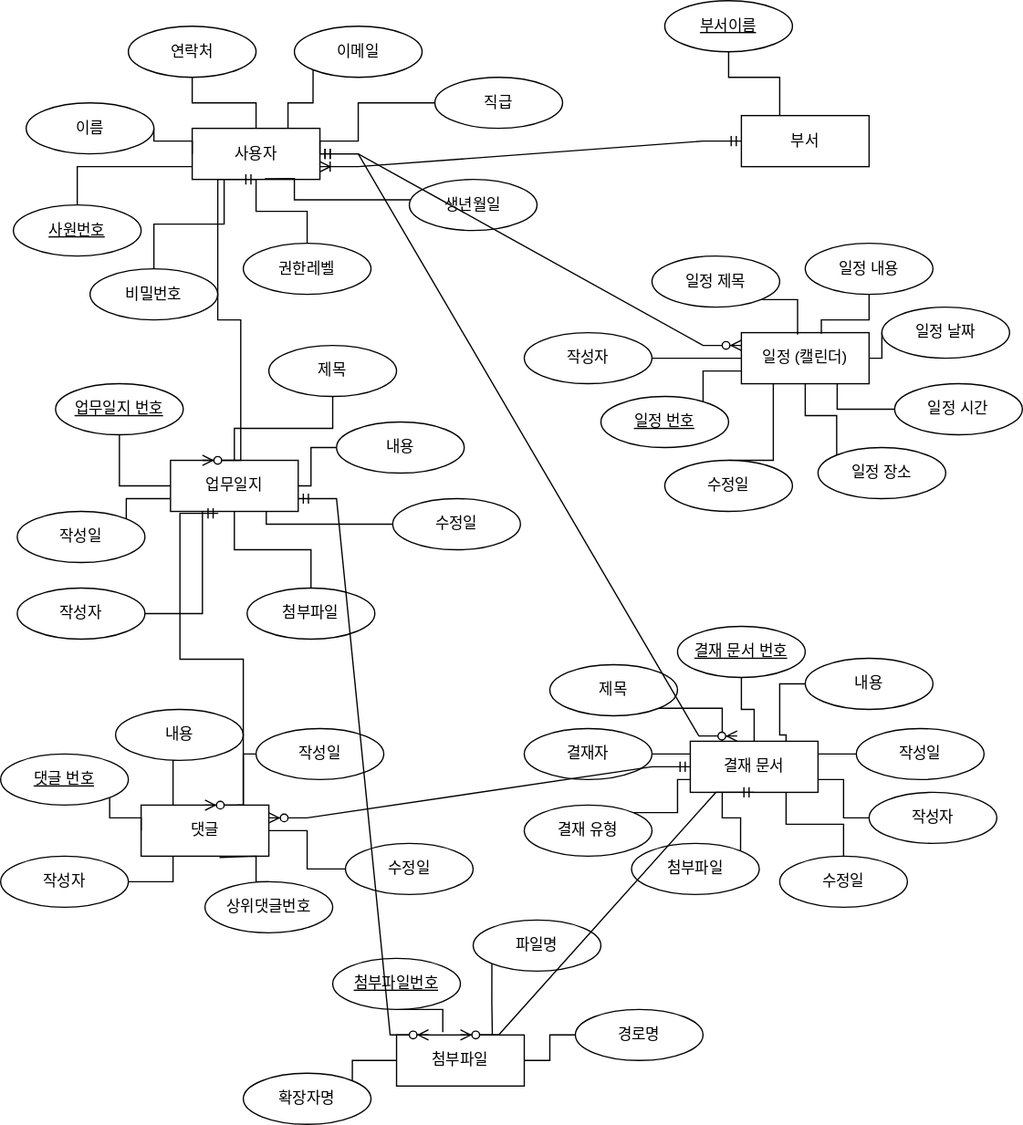
pjiyun123/mmp-groupware-project keeps this draw.io diagram as files/erd-diagram.svg. Above is the earlier version. Source tidied: cells renumbered, new cells last; positions are measured from the earlier drawing's top-left corner, leaving out a move shared by most shapes.
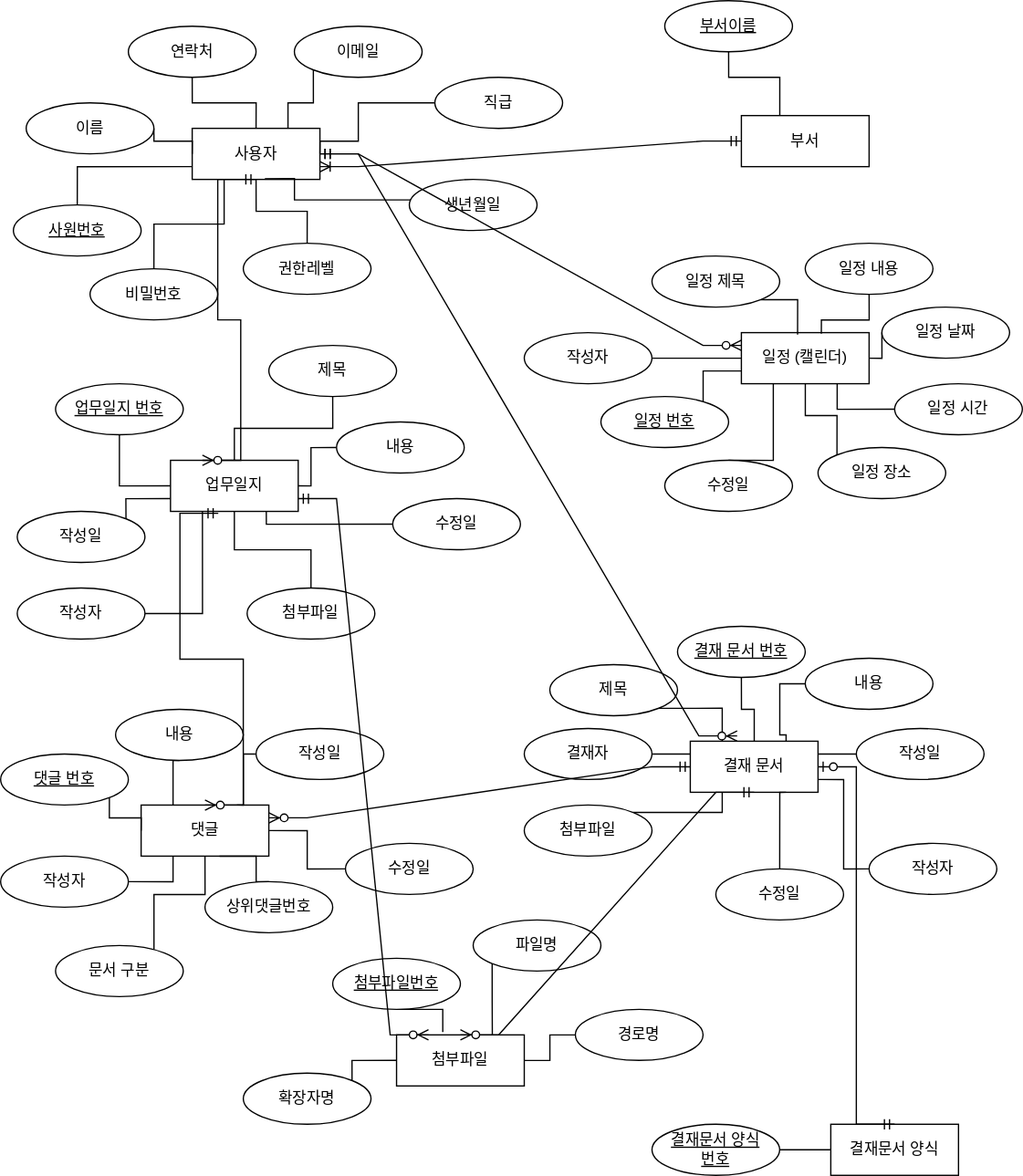
Later version of the same file.

Diff of the diagram source:
```diff
@@ -209,7 +209,7 @@
       <mxGeometry relative="1" as="geometry" />
     </mxCell>
     <mxCell id="56" value="작성자" style="ellipse;whiteSpace=wrap;html=1;align=center;" parent="1" vertex="1">
-      <mxGeometry x="680" y="620" width="100" height="40" as="geometry" />
+      <mxGeometry x="680" y="660" width="100" height="40" as="geometry" />
     </mxCell>
     <mxCell id="57" style="edgeStyle=orthogonalEdgeStyle;rounded=0;jettySize=auto;html=1;exitX=0;exitY=0.5;exitDx=0;exitDy=0;entryX=1;entryY=0.25;entryDx=0;entryDy=0;endArrow=none;endFill=0;" parent="1" edge="1" source="58" target="48">
       <mxGeometry relative="1" as="geometry" />
@@ -223,23 +223,25 @@
     <mxCell id="60" value="결재자" style="ellipse;whiteSpace=wrap;html=1;align=center;" parent="1" vertex="1">
       <mxGeometry x="410" y="570" width="100" height="40" as="geometry" />
     </mxCell>
-    <mxCell id="61" style="edgeStyle=orthogonalEdgeStyle;rounded=0;jettySize=auto;html=1;exitX=1;exitY=0;exitDx=0;exitDy=0;entryX=0;entryY=0.75;entryDx=0;entryDy=0;endArrow=none;endFill=0;" parent="1" edge="1" source="62" target="48">
-      <mxGeometry relative="1" as="geometry" />
-    </mxCell>
-    <mxCell id="62" value="결재 유형" style="ellipse;whiteSpace=wrap;html=1;align=center;" parent="1" vertex="1">
-      <mxGeometry x="410" y="630" width="100" height="40" as="geometry" />
-    </mxCell>
     <mxCell id="63" style="edgeStyle=orthogonalEdgeStyle;rounded=0;jettySize=auto;html=1;exitX=1;exitY=0;exitDx=0;exitDy=0;entryX=0.25;entryY=1;entryDx=0;entryDy=0;endArrow=none;endFill=0;" parent="1" edge="1" source="64" target="48">
-      <mxGeometry relative="1" as="geometry" />
+      <mxGeometry relative="1" as="geometry">
+        <Array as="points">
+          <mxPoint x="565" y="636" />
+        </Array>
+      </mxGeometry>
     </mxCell>
     <mxCell id="64" value="첨부파일" style="ellipse;whiteSpace=wrap;html=1;align=center;" parent="1" vertex="1">
-      <mxGeometry x="494" y="660" width="100" height="40" as="geometry" />
+      <mxGeometry x="410" y="630" width="100" height="40" as="geometry" />
     </mxCell>
     <mxCell id="65" style="edgeStyle=orthogonalEdgeStyle;rounded=0;jettySize=auto;html=1;exitX=0.5;exitY=0;exitDx=0;exitDy=0;entryX=0.75;entryY=1;entryDx=0;entryDy=0;endArrow=none;endFill=0;" parent="1" edge="1" source="66" target="48">
-      <mxGeometry relative="1" as="geometry" />
+      <mxGeometry relative="1" as="geometry">
+        <Array as="points">
+          <mxPoint x="610" y="620" />
+        </Array>
+      </mxGeometry>
     </mxCell>
     <mxCell id="66" value="수정일" style="ellipse;whiteSpace=wrap;html=1;align=center;" parent="1" vertex="1">
-      <mxGeometry x="610" y="670" width="100" height="40" as="geometry" />
+      <mxGeometry x="560" y="680" width="100" height="40" as="geometry" />
     </mxCell>
     <mxCell id="67" value="댓글" style="whiteSpace=wrap;html=1;align=center;" parent="1" vertex="1">
       <mxGeometry x="110" y="630" width="100" height="40" as="geometry" />
@@ -372,5 +374,28 @@
     <mxCell id="102" style="edgeStyle=entityRelationEdgeStyle;fontSize=12;html=1;endArrow=ERzeroToMany;startArrow=ERmandOne;rounded=0;entryX=0.367;entryY=-0.103;entryDx=0;entryDy=0;entryPerimeter=0;" parent="1" edge="1" source="3" target="48">
       <mxGeometry relative="1" as="geometry" />
     </mxCell>
+    <mxCell id="103" style="edgeStyle=orthogonalEdgeStyle;rounded=0;jettySize=auto;html=1;entryX=0.5;entryY=1;entryDx=0;entryDy=0;endArrow=none;endFill=0;" parent="1" edge="1" source="104" target="67">
+      <mxGeometry relative="1" as="geometry">
+        <Array as="points">
+          <mxPoint x="120" y="700" />
+          <mxPoint x="160" y="700" />
+        </Array>
+      </mxGeometry>
+    </mxCell>
+    <mxCell id="104" value="문서 구분" style="ellipse;whiteSpace=wrap;html=1;align=center;" parent="1" vertex="1">
+      <mxGeometry x="43" y="740" width="100" height="40" as="geometry" />
+    </mxCell>
+    <mxCell id="105" value="결재문서 양식" style="whiteSpace=wrap;html=1;align=center;" parent="1" vertex="1">
+      <mxGeometry x="650" y="880" width="100" height="40" as="geometry" />
+    </mxCell>
+    <mxCell id="106" style="edgeStyle=entityRelationEdgeStyle;fontSize=12;html=1;endArrow=ERzeroToOne;startArrow=ERmandOne;rounded=0;exitX=0.5;exitY=0;exitDx=0;exitDy=0;" parent="1" edge="1" source="105" target="48">
+      <mxGeometry relative="1" as="geometry" />
+    </mxCell>
+    <mxCell id="107" style="edgeStyle=orthogonalEdgeStyle;rounded=0;jettySize=auto;html=1;exitX=1;exitY=0.5;exitDx=0;exitDy=0;entryX=0;entryY=0.5;entryDx=0;entryDy=0;endArrow=none;endFill=0;" parent="1" edge="1" source="108" target="105">
+      <mxGeometry relative="1" as="geometry" />
+    </mxCell>
+    <mxCell id="108" value="결재문서 양식&lt;br&gt;번호" style="ellipse;whiteSpace=wrap;html=1;align=center;fontStyle=4;" parent="1" vertex="1">
+      <mxGeometry x="510" y="880" width="100" height="40" as="geometry" />
+    </mxCell>
   </root>
 </mxGraphModel>
```
